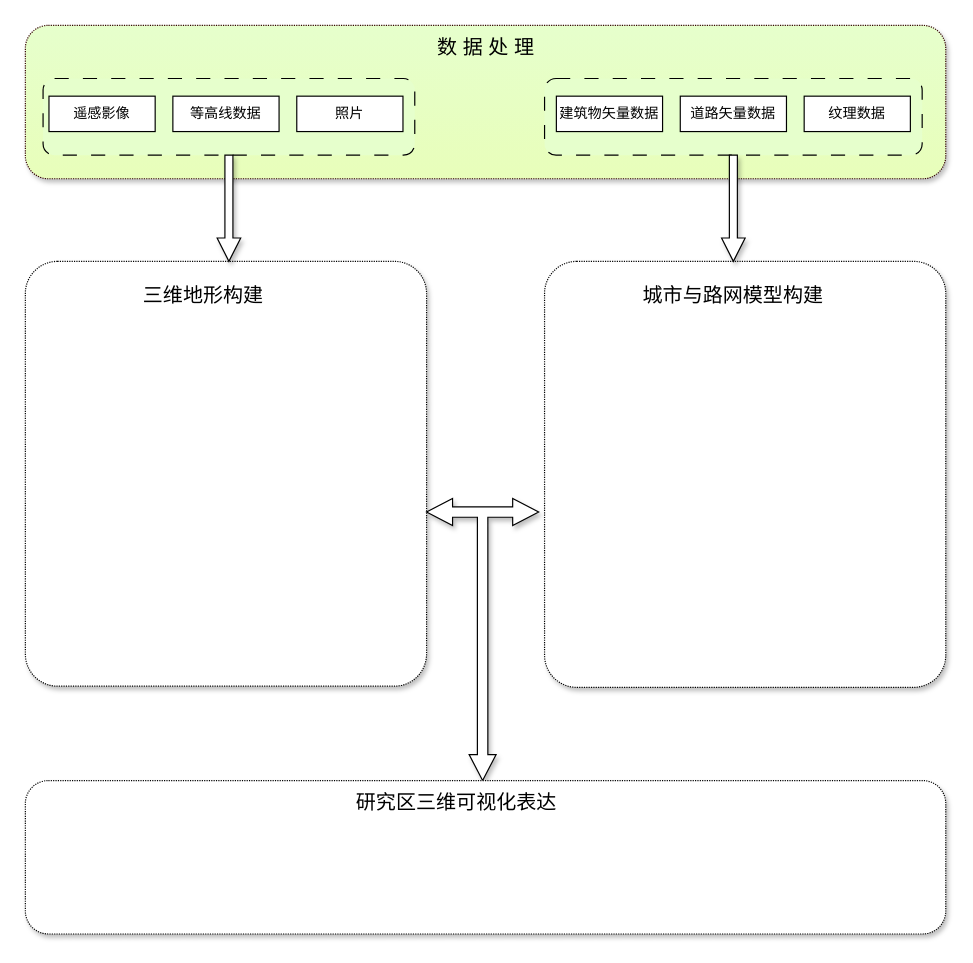
Before: 技术路线.drawio in hhw-cainiao/draw, a draw.io diagram. Source tidied: cells renumbered, new cells numbered last; positions are measured from the earlier drawing's top-left corner, leaving out a move shared by most shapes. Both pictures are drawn from the tidied source at 118%, with x=0, y=0 at pixel (25, 25).
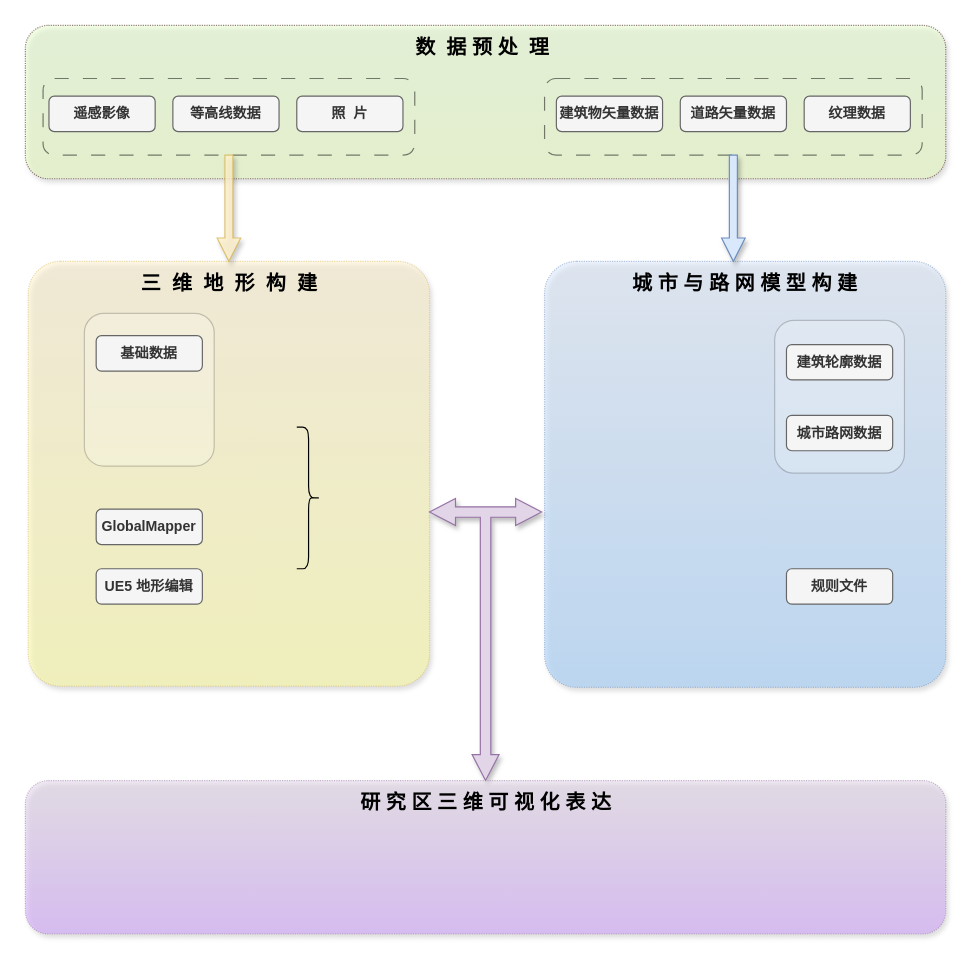
Above is the later version.

Commit message (it also covers changes not shown here):
更新技术路线.drawio

Diff of the diagram source:
```diff
@@
-    <mxCell id="2" style="rounded=1;whiteSpace=wrap;html=1;dashed=1;dashPattern=1 1;shadow=1;strokeColor=#330000;fillColor=#E6FFCC;gradientColor=#e8feba;gradientDirection=south;" parent="1" vertex="1">
+    <mxCell id="2" style="rounded=1;whiteSpace=wrap;html=1;dashed=1;dashPattern=1 1;shadow=1;strokeColor=#330000;fillColor=#E6FFCC;gradientColor=#e8feba;gradientDirection=south;opacity=50;" parent="1" vertex="1">
       <mxGeometry width="780" height="130" as="geometry" />
     </mxCell>
-    <mxCell id="3" style="rounded=1;whiteSpace=wrap;html=1;dashed=1;dashPattern=12 12;fillColor=#E6FFCC;" parent="1" vertex="1">
+    <mxCell id="3" style="rounded=1;whiteSpace=wrap;html=1;dashed=1;dashPattern=12 12;fillColor=none;opacity=50;" parent="1" vertex="1">
       <mxGeometry x="15" y="45" width="315" height="65" as="geometry" />
     </mxCell>
-    <mxCell id="4" value="遥感影像" style="rounded=0;whiteSpace=wrap;html=1;" parent="1" vertex="1">
+    <mxCell id="4" value="遥感影像" style="rounded=1;whiteSpace=wrap;html=1;fillColor=#f5f5f5;fontColor=#333333;strokeColor=#666666;fontStyle=1;" parent="1" vertex="1">
       <mxGeometry x="20" y="60" width="90" height="30" as="geometry" />
     </mxCell>
-    <mxCell id="5" style="rounded=1;whiteSpace=wrap;html=1;dashed=1;dashPattern=12 12;fillColor=#E6FFCC;" parent="1" vertex="1">
+    <mxCell id="5" style="rounded=1;whiteSpace=wrap;html=1;dashed=1;dashPattern=12 12;fillColor=none;opacity=50;" parent="1" vertex="1">
       <mxGeometry x="440" y="45" width="320" height="65" as="geometry" />
     </mxCell>
-    <mxCell id="6" value="纹理数据" style="rounded=0;whiteSpace=wrap;html=1;" parent="1" vertex="1">
+    <mxCell id="6" value="纹理数据" style="rounded=1;whiteSpace=wrap;html=1;fillColor=#f5f5f5;fontColor=#333333;strokeColor=#666666;fontStyle=1;" parent="1" vertex="1">
       <mxGeometry x="660" y="60" width="90" height="30" as="geometry" />
     </mxCell>
-    <mxCell id="7" value="建筑物矢量数据" style="rounded=0;whiteSpace=wrap;html=1;" parent="1" vertex="1">
+    <mxCell id="7" value="建筑物矢量数据" style="rounded=1;whiteSpace=wrap;html=1;fillColor=#f5f5f5;fontColor=#333333;strokeColor=#666666;fontStyle=1;" parent="1" vertex="1">
       <mxGeometry x="450" y="60" width="90" height="30" as="geometry" />
     </mxCell>
-    <mxCell id="8" value="道路矢量数据" style="rounded=0;whiteSpace=wrap;html=1;" parent="1" vertex="1">
+    <mxCell id="8" value="道路矢量数据" style="rounded=1;whiteSpace=wrap;html=1;fillColor=#f5f5f5;fontColor=#333333;strokeColor=#666666;fontStyle=1;" parent="1" vertex="1">
       <mxGeometry x="555" y="60" width="90" height="30" as="geometry" />
     </mxCell>
-    <mxCell id="9" value="等高线数据" style="rounded=0;whiteSpace=wrap;html=1;" parent="1" vertex="1">
+    <mxCell id="9" value="等高线数据" style="rounded=1;whiteSpace=wrap;html=1;fillColor=#f5f5f5;fontColor=#333333;strokeColor=#666666;fontStyle=1;" parent="1" vertex="1">
       <mxGeometry x="125" y="60" width="90" height="30" as="geometry" />
     </mxCell>
-    <mxCell id="10" value="数 据 处 理" style="text;html=1;strokeColor=none;fillColor=none;align=center;verticalAlign=middle;whiteSpace=wrap;rounded=0;fontSize=17;horizontal=1;" parent="1" vertex="1">
-      <mxGeometry x="338.8" y="10" width="102.5" height="20" as="geometry" />
+    <mxCell id="10" value="数&amp;nbsp; 据 预 处&amp;nbsp; 理" style="text;strokeColor=none;fillColor=none;align=center;verticalAlign=middle;rounded=0;fontSize=17;horizontal=1;shadow=1;labelBackgroundColor=none;labelBorderColor=none;fontStyle=1;fontColor=default;html=1;whiteSpace=wrap;" parent="1" vertex="1">
+      <mxGeometry x="321.9" y="10" width="131.2" height="20" as="geometry" />
     </mxCell>
-    <mxCell id="11" style="rounded=1;whiteSpace=wrap;html=1;dashed=1;dashPattern=1 1;arcSize=8;shadow=1;" parent="1" vertex="1">
-      <mxGeometry y="200" width="340" height="360" as="geometry" />
+    <mxCell id="11" style="rounded=1;whiteSpace=wrap;html=1;dashed=1;dashPattern=1 1;arcSize=8;shadow=1;fillColor=#fff2cc;strokeColor=#d6b656;opacity=50;gradientColor=#FFFF99;" parent="1" vertex="1">
+      <mxGeometry x="2.5" y="200" width="340" height="360" as="geometry" />
     </mxCell>
-    <mxCell id="12" value="三维地形构建" style="text;html=1;strokeColor=none;fillColor=none;align=center;verticalAlign=middle;whiteSpace=wrap;rounded=0;fontSize=17;" parent="1" vertex="1">
-      <mxGeometry x="90.6" y="220" width="120" height="20" as="geometry" />
+    <mxCell id="12" value="三&amp;nbsp; 维&amp;nbsp; 地&amp;nbsp; 形&amp;nbsp; 构&amp;nbsp; 建" style="text;html=1;strokeColor=none;fillColor=none;align=center;verticalAlign=middle;whiteSpace=wrap;rounded=0;fontSize=17;fontStyle=1;" parent="1" vertex="1">
+      <mxGeometry x="88.8" y="210" width="167.5" height="20" as="geometry" />
     </mxCell>
-    <mxCell id="13" style="rounded=1;whiteSpace=wrap;html=1;dashed=1;dashPattern=1 1;arcSize=8;shadow=1;" parent="1" vertex="1">
+    <mxCell id="13" style="rounded=1;whiteSpace=wrap;html=1;dashed=1;dashPattern=1 1;arcSize=8;shadow=1;fillColor=#dae8fc;strokeColor=#6c8ebf;opacity=50;gradientColor=#99CCFF;" parent="1" vertex="1">
       <mxGeometry x="440" y="200" width="340" height="361" as="geometry" />
     </mxCell>
-    <mxCell id="14" value="城市与路网模型构建" style="text;html=1;strokeColor=none;fillColor=none;align=center;verticalAlign=middle;whiteSpace=wrap;rounded=0;fontSize=17;" parent="1" vertex="1">
-      <mxGeometry x="520" y="220" width="160" height="20" as="geometry" />
+    <mxCell id="14" value="城 市 与 路 网 模 型 构 建" style="text;html=1;strokeColor=none;fillColor=none;align=center;verticalAlign=middle;whiteSpace=wrap;rounded=0;fontSize=17;fontStyle=1;" parent="1" vertex="1">
+      <mxGeometry x="510" y="210" width="200" height="20" as="geometry" />
     </mxCell>
-    <mxCell id="15" style="html=1;shadow=1;dashed=0;align=center;verticalAlign=middle;shape=mxgraph.arrows2.triadArrow;dy=7;dx=22.03;arrowHead=22.86;rotation=-180;" parent="1" vertex="1">
-      <mxGeometry x="340" y="401" width="95" height="239" as="geometry" />
+    <mxCell id="15" style="html=1;shadow=1;dashed=0;align=center;verticalAlign=middle;shape=mxgraph.arrows2.triadArrow;dy=7;dx=22.03;arrowHead=22.86;rotation=-180;fillColor=#e1d5e7;strokeColor=#9673a6;" parent="1" vertex="1">
+      <mxGeometry x="342.5" y="401" width="95" height="239" as="geometry" />
     </mxCell>
-    <mxCell id="16" style="rounded=1;whiteSpace=wrap;html=1;dashed=1;dashPattern=1 1;shadow=1;" parent="1" vertex="1">
+    <mxCell id="16" style="rounded=1;whiteSpace=wrap;html=1;dashed=1;dashPattern=1 1;shadow=1;fillColor=#e1d5e7;strokeColor=#9673a6;opacity=50;gradientColor=#CC99FF;" parent="1" vertex="1">
       <mxGeometry y="640" width="780" height="130" as="geometry" />
     </mxCell>
-    <mxCell id="17" value="研究区三维可视化表达" style="text;html=1;strokeColor=none;fillColor=none;align=center;verticalAlign=middle;whiteSpace=wrap;rounded=0;fontSize=17;" parent="1" vertex="1">
-      <mxGeometry x="272.5" y="650" width="185" height="20" as="geometry" />
+    <mxCell id="17" value="研 究 区 三 维 可 视 化 表 达" style="text;html=1;strokeColor=none;fillColor=none;align=center;verticalAlign=middle;whiteSpace=wrap;rounded=0;fontSize=17;spacing=8;spacingLeft=1;fontStyle=1;shadow=1;" parent="1" vertex="1">
+      <mxGeometry x="275" y="650" width="230" height="20" as="geometry" />
     </mxCell>
-    <mxCell id="18" style="shape=singleArrow;direction=south;whiteSpace=wrap;html=1;arrowWidth=0.3388888888888914;arrowSize=0.2203703703703708;shadow=1;" parent="1" vertex="1">
+    <mxCell id="18" style="shape=singleArrow;direction=south;whiteSpace=wrap;html=1;arrowWidth=0.3388888888888914;arrowSize=0.2203703703703708;shadow=1;fillColor=#fff2cc;strokeColor=#d6b656;opacity=80;" parent="1" vertex="1">
       <mxGeometry x="162.5" y="110" width="20" height="90" as="geometry" />
     </mxCell>
-    <mxCell id="19" style="shape=singleArrow;direction=south;whiteSpace=wrap;html=1;arrowWidth=0.3388888888888914;arrowSize=0.2203703703703708;shadow=1;" parent="1" vertex="1">
+    <mxCell id="19" style="shape=singleArrow;direction=south;whiteSpace=wrap;html=1;arrowWidth=0.3388888888888914;arrowSize=0.2203703703703708;shadow=1;fillColor=#dae8fc;strokeColor=#6c8ebf;" parent="1" vertex="1">
       <mxGeometry x="590" y="110" width="20" height="90" as="geometry" />
     </mxCell>
-    <mxCell id="20" value="照片" style="rounded=0;whiteSpace=wrap;html=1;" parent="1" vertex="1">
+    <mxCell id="20" value="照&amp;nbsp; 片" style="rounded=1;whiteSpace=wrap;html=1;fillColor=#f5f5f5;fontColor=#333333;strokeColor=#666666;fontStyle=1;" parent="1" vertex="1">
       <mxGeometry x="230" y="60" width="90" height="30" as="geometry" />
     </mxCell>
+    <mxCell id="21" style="rounded=1;whiteSpace=wrap;html=1;opacity=20;" parent="1" vertex="1">
+      <mxGeometry x="635" y="250" width="110" height="129.5" as="geometry" />
+    </mxCell>
+    <mxCell id="22" value="建筑轮廓数据" style="rounded=1;whiteSpace=wrap;html=1;fillColor=#f5f5f5;fontColor=#333333;strokeColor=#666666;fontStyle=1;" parent="1" vertex="1">
+      <mxGeometry x="645" y="270.5" width="90" height="30" as="geometry" />
+    </mxCell>
+    <mxCell id="23" value="城市路网数据" style="rounded=1;whiteSpace=wrap;html=1;fillColor=#f5f5f5;fontColor=#333333;strokeColor=#666666;fontStyle=1;" parent="1" vertex="1">
+      <mxGeometry x="645" y="330.5" width="90" height="30" as="geometry" />
+    </mxCell>
+    <mxCell id="24" value="规则文件" style="rounded=1;whiteSpace=wrap;html=1;fillColor=#f5f5f5;fontColor=#333333;strokeColor=#666666;fontStyle=1;" parent="1" vertex="1">
+      <mxGeometry x="645" y="460.5" width="90" height="30" as="geometry" />
+    </mxCell>
+    <mxCell id="25" style="rounded=1;whiteSpace=wrap;html=1;opacity=20;" parent="1" vertex="1">
+      <mxGeometry x="50" y="244" width="110" height="129.5" as="geometry" />
+    </mxCell>
+    <mxCell id="26" value="基础数据" style="rounded=1;whiteSpace=wrap;html=1;fillColor=#f5f5f5;fontColor=#333333;strokeColor=#666666;fontStyle=1;" parent="1" vertex="1">
+      <mxGeometry x="60" y="263" width="90" height="30" as="geometry" />
+    </mxCell>
+    <mxCell id="27" value="UE5 地形编辑" style="rounded=1;whiteSpace=wrap;html=1;fillColor=#f5f5f5;fontColor=#333333;strokeColor=#666666;fontStyle=1;" parent="1" vertex="1">
+      <mxGeometry x="60" y="460.5" width="90" height="30" as="geometry" />
+    </mxCell>
+    <mxCell id="28" value="GlobalMapper" style="rounded=1;whiteSpace=wrap;html=1;fillColor=#f5f5f5;fontColor=#333333;strokeColor=#666666;fontStyle=1;" parent="1" vertex="1">
+      <mxGeometry x="60" y="410" width="90" height="30" as="geometry" />
+    </mxCell>
+    <mxCell id="29" style="shape=curlyBracket;whiteSpace=wrap;html=1;rounded=1;flipH=1;labelPosition=right;verticalLabelPosition=middle;align=left;verticalAlign=middle;" parent="1" vertex="1">
+      <mxGeometry x="230" y="340.5" width="20" height="120" as="geometry" />
+    </mxCell>
```
